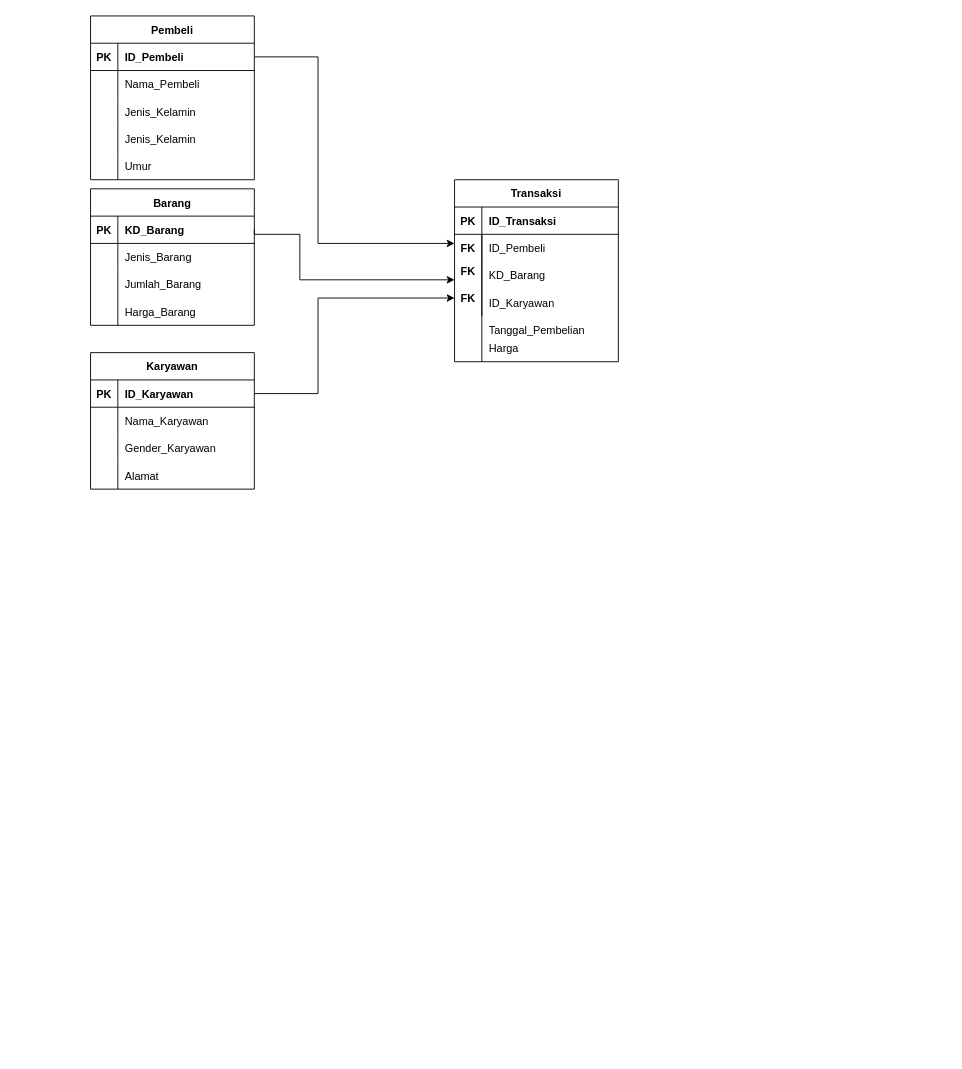
This is Database Diagram.drawio from lukmanprasetyo/Business-Model-Canvas-BMC-, a draw.io file, before an edit. Source tidied: cells renumbered, new cells numbered last; positions are measured from the earlier drawing's top-left corner, leaving out a move shared by most shapes. Both pictures are drawn from the tidied source at 91%, with x=0, y=0 at pixel (90, 15).
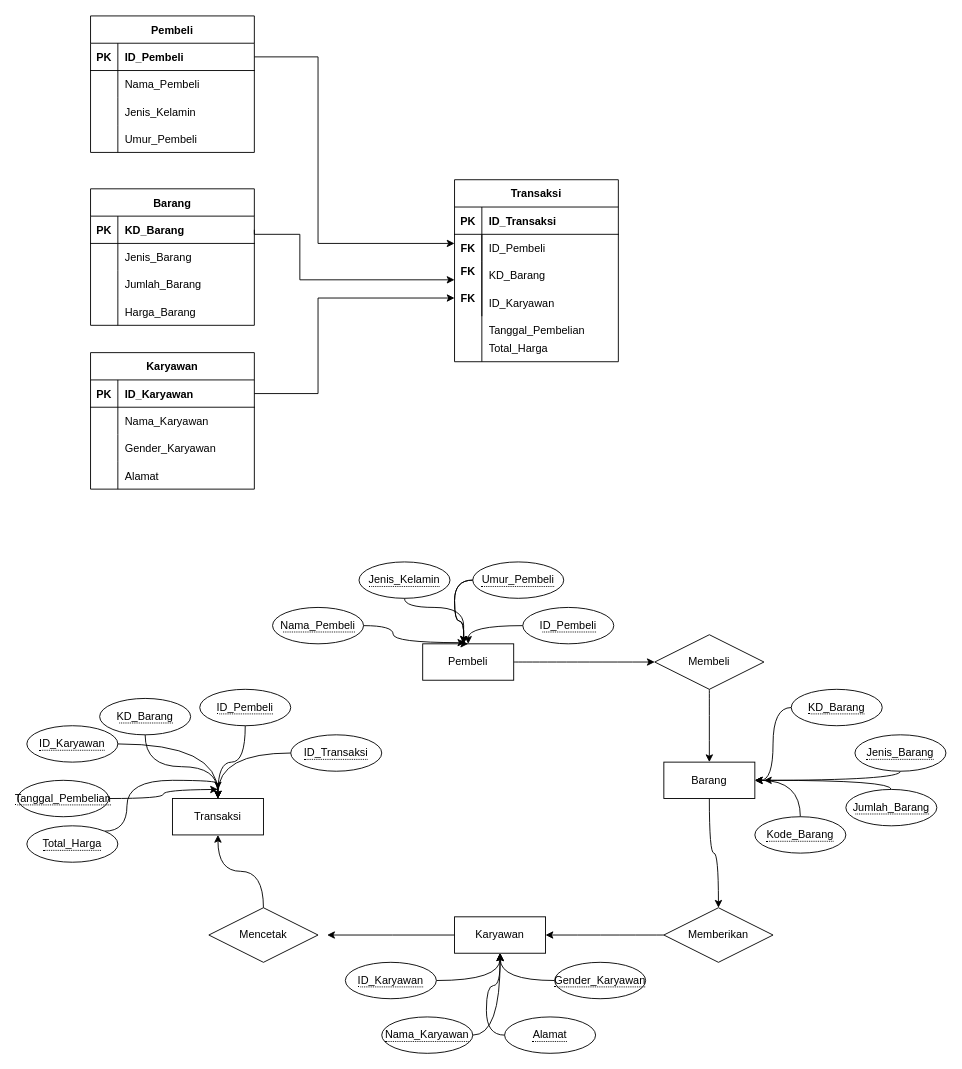
After the change.

The edit, as a diff of the source:
```diff
@@
-    <mxCell id="2" value="Pembeli" style="shape=table;startSize=30;childLayout=tableLayout;rowLines=0;fontStyle=1;align=center;" parent="1" vertex="1">
-      <mxGeometry width="180" height="180" as="geometry" />
-    </mxCell>
-    <mxCell id="3" style="shape=tableRow;horizontal=0;startSize=0;swimlaneHead=0;swimlaneBody=0;fillColor=none;points=[[0,0.5],[1,0.5]];portConstraint=eastwest;top=0;left=0;right=0;bottom=1;" parent="2" vertex="1">
-      <mxGeometry y="30" width="180" height="30" as="geometry" />
-    </mxCell>
-    <mxCell id="4" value="PK" style="shape=partialRectangle;fillColor=none;top=0;left=0;bottom=0;right=0;fontStyle=1;overflow=hidden;" parent="3" vertex="1">
-      <mxGeometry width="30" height="30" as="geometry" />
-    </mxCell>
-    <mxCell id="5" value="ID_Pembeli" style="shape=partialRectangle;fillColor=none;top=0;left=0;bottom=0;right=0;align=left;spacingLeft=6;fontStyle=1;overflow=hidden;" parent="3" vertex="1">
-      <mxGeometry x="30" width="150" height="30" as="geometry" />
-    </mxCell>
-    <mxCell id="6" style="shape=tableRow;horizontal=0;startSize=0;swimlaneHead=0;swimlaneBody=0;fillColor=none;top=0;left=0;right=0;bottom=0;" parent="2" vertex="1">
-      <mxGeometry y="60" width="180" height="30" as="geometry" />
-    </mxCell>
-    <mxCell id="7" style="shape=partialRectangle;fillColor=none;top=0;left=0;bottom=0;right=0;overflow=hidden;" parent="6" vertex="1">
-      <mxGeometry width="30" height="30" as="geometry" />
-    </mxCell>
-    <mxCell id="8" value="Nama_Pembeli" style="shape=partialRectangle;fillColor=none;top=0;left=0;bottom=0;right=0;align=left;spacingLeft=6;overflow=hidden;" parent="6" vertex="1">
-      <mxGeometry x="30" width="150" height="30" as="geometry" />
-    </mxCell>
-    <mxCell id="9" style="shape=tableRow;horizontal=0;startSize=0;swimlaneHead=0;swimlaneBody=0;fillColor=none;top=0;left=0;right=0;bottom=0;" parent="2" vertex="1">
-      <mxGeometry y="90" width="180" height="30" as="geometry" />
-    </mxCell>
-    <mxCell id="10" style="shape=partialRectangle;fillColor=none;top=0;left=0;bottom=0;right=0;overflow=hidden;" parent="9" vertex="1">
-      <mxGeometry width="30" height="30" as="geometry" />
-    </mxCell>
-    <mxCell id="11" value="Jenis_Kelamin" style="shape=partialRectangle;fillColor=none;top=0;left=0;bottom=0;right=0;align=left;spacingLeft=6;overflow=hidden;" parent="9" vertex="1">
-      <mxGeometry x="30" width="150" height="30" as="geometry" />
-    </mxCell>
-    <mxCell id="12" style="shape=tableRow;horizontal=0;startSize=0;swimlaneHead=0;swimlaneBody=0;fillColor=none;top=0;left=0;right=0;bottom=0;" parent="2" vertex="1">
-      <mxGeometry y="120" width="180" height="30" as="geometry" />
-    </mxCell>
-    <mxCell id="13" style="shape=partialRectangle;fillColor=none;top=0;left=0;bottom=0;right=0;overflow=hidden;" parent="12" vertex="1">
-      <mxGeometry width="30" height="30" as="geometry" />
-    </mxCell>
-    <mxCell id="14" value="Jenis_Kelamin" style="shape=partialRectangle;fillColor=none;top=0;left=0;bottom=0;right=0;align=left;spacingLeft=6;overflow=hidden;" parent="12" vertex="1">
-      <mxGeometry x="30" width="150" height="30" as="geometry" />
-    </mxCell>
-    <mxCell id="15" style="shape=tableRow;horizontal=0;startSize=0;swimlaneHead=0;swimlaneBody=0;fillColor=none;top=0;left=0;right=0;bottom=0;" parent="2" vertex="1">
-      <mxGeometry y="150" width="180" height="30" as="geometry" />
-    </mxCell>
-    <mxCell id="16" style="shape=partialRectangle;fillColor=none;top=0;left=0;bottom=0;right=0;overflow=hidden;" parent="15" vertex="1">
-      <mxGeometry width="30" height="30" as="geometry" />
-    </mxCell>
-    <mxCell id="17" value="Umur" style="shape=partialRectangle;fillColor=none;top=0;left=0;bottom=0;right=0;align=left;spacingLeft=6;overflow=hidden;" parent="15" vertex="1">
-      <mxGeometry x="30" width="150" height="30" as="geometry" />
-    </mxCell>
@@
-    <mxCell id="61" value="Harga" style="shape=partialRectangle;fillColor=none;top=0;left=0;bottom=0;right=0;align=left;spacingLeft=6;overflow=hidden;" parent="1" vertex="1">
+    <mxCell id="61" value="Total_Harga" style="shape=partialRectangle;fillColor=none;top=0;left=0;bottom=0;right=0;align=left;spacingLeft=6;overflow=hidden;" parent="1" vertex="1">
       <mxGeometry x="430" y="350" width="150" height="30" as="geometry" />
     </mxCell>
@@
-    <mxCell id="63" style="edgeStyle=orthogonalEdgeStyle;rounded=0;jettySize=auto;html=1;exitX=1;exitY=0.5;exitDx=0;exitDy=0;" parent="1" edge="1" source="3">
+    <mxCell id="63" style="edgeStyle=orthogonalEdgeStyle;rounded=0;orthogonalLoop=1;jettySize=auto;html=1;exitX=1;exitY=0.5;exitDx=0;exitDy=0;" parent="1" edge="1">
       <mxGeometry relative="1" as="geometry">
+        <mxPoint x="180" y="45" as="sourcePoint" />
         <mxPoint x="400" y="250" as="targetPoint" />
         <Array as="points">
           <mxPoint x="250" y="45" />
           <mxPoint x="250" y="250" />
         </Array>
       </mxGeometry>
     </mxCell>
@@
+    <mxCell id="2" value="Pembeli" style="shape=table;startSize=30;childLayout=tableLayout;rowLines=0;fontStyle=1;align=center;" parent="1" vertex="1">
+      <mxGeometry width="180" height="150" as="geometry" />
+    </mxCell>
+    <mxCell id="3" style="shape=tableRow;horizontal=0;startSize=0;swimlaneHead=0;swimlaneBody=0;fillColor=none;points=[[0,0.5],[1,0.5]];portConstraint=eastwest;top=0;left=0;right=0;bottom=1;" parent="2" vertex="1">
+      <mxGeometry y="30" width="180" height="30" as="geometry" />
+    </mxCell>
+    <mxCell id="4" value="PK" style="shape=partialRectangle;fillColor=none;top=0;left=0;bottom=0;right=0;fontStyle=1;overflow=hidden;" parent="3" vertex="1">
+      <mxGeometry width="30" height="30" as="geometry" />
+    </mxCell>
+    <mxCell id="5" value="ID_Pembeli" style="shape=partialRectangle;fillColor=none;top=0;left=0;bottom=0;right=0;align=left;spacingLeft=6;fontStyle=1;overflow=hidden;" parent="3" vertex="1">
+      <mxGeometry x="30" width="150" height="30" as="geometry" />
+    </mxCell>
+    <mxCell id="6" style="shape=tableRow;horizontal=0;startSize=0;swimlaneHead=0;swimlaneBody=0;fillColor=none;top=0;left=0;right=0;bottom=0;" parent="2" vertex="1">
+      <mxGeometry y="60" width="180" height="30" as="geometry" />
+    </mxCell>
+    <mxCell id="68" style="shape=partialRectangle;fillColor=none;top=0;left=0;bottom=0;right=0;overflow=hidden;" parent="6" vertex="1">
+      <mxGeometry width="30" height="30" as="geometry" />
+    </mxCell>
+    <mxCell id="8" value="Nama_Pembeli" style="shape=partialRectangle;fillColor=none;top=0;left=0;bottom=0;right=0;align=left;spacingLeft=6;overflow=hidden;" parent="6" vertex="1">
+      <mxGeometry x="30" width="150" height="30" as="geometry" />
+    </mxCell>
+    <mxCell id="9" style="shape=tableRow;horizontal=0;startSize=0;swimlaneHead=0;swimlaneBody=0;fillColor=none;top=0;left=0;right=0;bottom=0;" parent="2" vertex="1">
+      <mxGeometry y="90" width="180" height="30" as="geometry" />
+    </mxCell>
+    <mxCell id="69" style="shape=partialRectangle;fillColor=none;top=0;left=0;bottom=0;right=0;overflow=hidden;" parent="9" vertex="1">
+      <mxGeometry width="30" height="30" as="geometry" />
+    </mxCell>
+    <mxCell id="70" value="Jenis_Kelamin" style="shape=partialRectangle;fillColor=none;top=0;left=0;bottom=0;right=0;align=left;spacingLeft=6;overflow=hidden;" parent="9" vertex="1">
+      <mxGeometry x="30" width="150" height="30" as="geometry" />
+    </mxCell>
+    <mxCell id="12" style="shape=tableRow;horizontal=0;startSize=0;swimlaneHead=0;swimlaneBody=0;fillColor=none;top=0;left=0;right=0;bottom=0;" parent="2" vertex="1">
+      <mxGeometry y="120" width="180" height="30" as="geometry" />
+    </mxCell>
+    <mxCell id="71" style="shape=partialRectangle;fillColor=none;top=0;left=0;bottom=0;right=0;overflow=hidden;" parent="12" vertex="1">
+      <mxGeometry width="30" height="30" as="geometry" />
+    </mxCell>
+    <mxCell id="72" value="Umur_Pembeli" style="shape=partialRectangle;fillColor=none;top=0;left=0;bottom=0;right=0;align=left;spacingLeft=6;overflow=hidden;" parent="12" vertex="1">
+      <mxGeometry x="30" width="150" height="30" as="geometry" />
+    </mxCell>
+    <mxCell id="73" style="edgeStyle=orthogonalEdgeStyle;curved=1;rounded=0;jettySize=auto;html=1;entryX=0;entryY=0.5;entryDx=0;entryDy=0;" parent="1" edge="1" source="74" target="78">
+      <mxGeometry relative="1" as="geometry" />
+    </mxCell>
+    <mxCell id="74" value="Pembeli" style="whiteSpace=wrap;html=1;align=center;" parent="1" vertex="1">
+      <mxGeometry x="365" y="690" width="100" height="40" as="geometry" />
+    </mxCell>
+    <mxCell id="75" style="edgeStyle=orthogonalEdgeStyle;curved=1;rounded=0;jettySize=auto;html=1;entryX=0.5;entryY=0;entryDx=0;entryDy=0;" parent="1" edge="1" source="76" target="82">
+      <mxGeometry relative="1" as="geometry" />
+    </mxCell>
+    <mxCell id="76" value="Barang" style="whiteSpace=wrap;html=1;align=center;" parent="1" vertex="1">
+      <mxGeometry x="630" y="820" width="100" height="40" as="geometry" />
+    </mxCell>
+    <mxCell id="77" style="edgeStyle=orthogonalEdgeStyle;curved=1;rounded=0;jettySize=auto;html=1;exitX=0.5;exitY=1;exitDx=0;exitDy=0;entryX=0.5;entryY=0;entryDx=0;entryDy=0;" parent="1" edge="1" source="78" target="76">
+      <mxGeometry relative="1" as="geometry" />
+    </mxCell>
+    <mxCell id="78" value="Membeli" style="shape=rhombus;perimeter=rhombusPerimeter;whiteSpace=wrap;html=1;align=center;" parent="1" vertex="1">
+      <mxGeometry x="620" y="680" width="120" height="60" as="geometry" />
+    </mxCell>
+    <mxCell id="79" style="edgeStyle=orthogonalEdgeStyle;curved=1;rounded=0;jettySize=auto;html=1;" parent="1" edge="1" source="80">
+      <mxGeometry relative="1" as="geometry">
+        <mxPoint x="260" y="1010" as="targetPoint" />
+      </mxGeometry>
+    </mxCell>
+    <mxCell id="80" value="Karyawan" style="whiteSpace=wrap;html=1;align=center;" parent="1" vertex="1">
+      <mxGeometry x="400" y="990" width="100" height="40" as="geometry" />
+    </mxCell>
+    <mxCell id="81" style="edgeStyle=orthogonalEdgeStyle;curved=1;rounded=0;jettySize=auto;html=1;" parent="1" edge="1" source="82" target="80">
+      <mxGeometry relative="1" as="geometry" />
+    </mxCell>
+    <mxCell id="82" value="Memberikan" style="shape=rhombus;perimeter=rhombusPerimeter;whiteSpace=wrap;html=1;align=center;" parent="1" vertex="1">
+      <mxGeometry x="630" y="980" width="120" height="60" as="geometry" />
+    </mxCell>
+    <mxCell id="83" style="edgeStyle=orthogonalEdgeStyle;curved=1;rounded=0;jettySize=auto;html=1;entryX=0.5;entryY=1;entryDx=0;entryDy=0;" parent="1" edge="1" source="84" target="85">
+      <mxGeometry relative="1" as="geometry" />
+    </mxCell>
+    <mxCell id="84" value="Mencetak" style="shape=rhombus;perimeter=rhombusPerimeter;whiteSpace=wrap;html=1;align=center;" parent="1" vertex="1">
+      <mxGeometry x="130" y="980" width="120" height="60" as="geometry" />
+    </mxCell>
+    <mxCell id="85" value="Transaksi" style="whiteSpace=wrap;html=1;align=center;" parent="1" vertex="1">
+      <mxGeometry x="90" y="860" width="100" height="40" as="geometry" />
+    </mxCell>
+    <mxCell id="86" style="edgeStyle=orthogonalEdgeStyle;rounded=0;jettySize=auto;html=1;curved=1;entryX=0.468;entryY=-0.032;entryDx=0;entryDy=0;entryPerimeter=0;" parent="1" edge="1" source="87" target="74">
+      <mxGeometry relative="1" as="geometry" />
+    </mxCell>
+    <mxCell id="87" value="&lt;span style=&quot;border-bottom: 1px dotted&quot;&gt;Nama_Pembeli&lt;/span&gt;" style="ellipse;whiteSpace=wrap;html=1;align=center;" parent="1" vertex="1">
+      <mxGeometry x="200" y="650" width="100" height="40" as="geometry" />
+    </mxCell>
+    <mxCell id="88" style="edgeStyle=orthogonalEdgeStyle;curved=1;rounded=0;jettySize=auto;html=1;entryX=0.5;entryY=0;entryDx=0;entryDy=0;" parent="1" edge="1" source="89" target="74">
+      <mxGeometry relative="1" as="geometry">
+        <Array as="points">
+          <mxPoint x="345" y="650" />
+          <mxPoint x="410" y="650" />
+          <mxPoint x="410" y="690" />
+        </Array>
+      </mxGeometry>
+    </mxCell>
+    <mxCell id="89" value="&lt;span style=&quot;border-bottom: 1px dotted&quot;&gt;Jenis_Kelamin&lt;/span&gt;" style="ellipse;whiteSpace=wrap;html=1;align=center;" parent="1" vertex="1">
+      <mxGeometry x="295" y="600" width="100" height="40" as="geometry" />
+    </mxCell>
+    <mxCell id="90" style="edgeStyle=orthogonalEdgeStyle;curved=1;rounded=0;jettySize=auto;html=1;" parent="1" edge="1" source="91">
+      <mxGeometry relative="1" as="geometry">
+        <mxPoint x="410" y="690" as="targetPoint" />
+      </mxGeometry>
+    </mxCell>
+    <mxCell id="91" value="&lt;span style=&quot;border-bottom: 1px dotted&quot;&gt;Umur_Pembeli&lt;/span&gt;" style="ellipse;whiteSpace=wrap;html=1;align=center;" parent="1" vertex="1">
+      <mxGeometry x="420" y="600" width="100" height="40" as="geometry" />
+    </mxCell>
+    <mxCell id="92" style="edgeStyle=orthogonalEdgeStyle;curved=1;rounded=0;jettySize=auto;html=1;entryX=0.5;entryY=0;entryDx=0;entryDy=0;" parent="1" edge="1" source="93" target="74">
+      <mxGeometry relative="1" as="geometry" />
+    </mxCell>
+    <mxCell id="93" value="&lt;span style=&quot;border-bottom: 1px dotted&quot;&gt;ID_Pembeli&lt;/span&gt;" style="ellipse;whiteSpace=wrap;html=1;align=center;" parent="1" vertex="1">
+      <mxGeometry x="475" y="650" width="100" height="40" as="geometry" />
+    </mxCell>
+    <mxCell id="94" style="edgeStyle=orthogonalEdgeStyle;curved=1;rounded=0;jettySize=auto;html=1;" parent="1" edge="1" source="91">
+      <mxGeometry relative="1" as="geometry">
+        <mxPoint x="410" y="690" as="targetPoint" />
+      </mxGeometry>
+    </mxCell>
+    <mxCell id="95" style="edgeStyle=orthogonalEdgeStyle;curved=1;rounded=0;jettySize=auto;html=1;entryX=1;entryY=0.5;entryDx=0;entryDy=0;" parent="1" edge="1" source="96" target="76">
+      <mxGeometry relative="1" as="geometry" />
+    </mxCell>
+    <mxCell id="96" value="&lt;span style=&quot;border-bottom: 1px dotted&quot;&gt;KD_Barang&lt;/span&gt;" style="ellipse;whiteSpace=wrap;html=1;align=center;" parent="1" vertex="1">
+      <mxGeometry x="770" y="740" width="100" height="40" as="geometry" />
+    </mxCell>
+    <mxCell id="97" style="edgeStyle=orthogonalEdgeStyle;curved=1;rounded=0;jettySize=auto;html=1;" parent="1" edge="1" source="98">
+      <mxGeometry relative="1" as="geometry">
+        <mxPoint x="730" y="840" as="targetPoint" />
+        <Array as="points">
+          <mxPoint x="890" y="840" />
+        </Array>
+      </mxGeometry>
+    </mxCell>
+    <mxCell id="98" value="&lt;span style=&quot;border-bottom: 1px dotted&quot;&gt;Jenis_Barang&lt;/span&gt;" style="ellipse;whiteSpace=wrap;html=1;align=center;" parent="1" vertex="1">
+      <mxGeometry x="840" y="790" width="100" height="40" as="geometry" />
+    </mxCell>
+    <mxCell id="99" style="edgeStyle=orthogonalEdgeStyle;curved=1;rounded=0;jettySize=auto;html=1;" parent="1" edge="1" source="100">
+      <mxGeometry relative="1" as="geometry">
+        <mxPoint x="740" y="840" as="targetPoint" />
+        <Array as="points">
+          <mxPoint x="880" y="840" />
+        </Array>
+      </mxGeometry>
+    </mxCell>
+    <mxCell id="100" value="&lt;span style=&quot;border-bottom: 1px dotted&quot;&gt;Jumlah_Barang&lt;/span&gt;" style="ellipse;whiteSpace=wrap;html=1;align=center;" parent="1" vertex="1">
+      <mxGeometry x="830" y="850" width="100" height="40" as="geometry" />
+    </mxCell>
+    <mxCell id="101" style="edgeStyle=orthogonalEdgeStyle;curved=1;rounded=0;jettySize=auto;html=1;" parent="1" edge="1" source="102">
+      <mxGeometry relative="1" as="geometry">
+        <mxPoint x="730" y="840" as="targetPoint" />
+        <Array as="points">
+          <mxPoint x="780" y="840" />
+        </Array>
+      </mxGeometry>
+    </mxCell>
+    <mxCell id="102" value="&lt;span style=&quot;border-bottom: 1px dotted&quot;&gt;Kode_Barang&lt;/span&gt;" style="ellipse;whiteSpace=wrap;html=1;align=center;" parent="1" vertex="1">
+      <mxGeometry x="730" y="880" width="100" height="40" as="geometry" />
+    </mxCell>
+    <mxCell id="103" style="edgeStyle=orthogonalEdgeStyle;curved=1;rounded=0;jettySize=auto;html=1;" parent="1" edge="1" source="104">
+      <mxGeometry relative="1" as="geometry">
+        <mxPoint x="450" y="1030" as="targetPoint" />
+      </mxGeometry>
+    </mxCell>
+    <mxCell id="104" value="&lt;span style=&quot;border-bottom: 1px dotted&quot;&gt;Gender_Karyawan&lt;/span&gt;" style="ellipse;whiteSpace=wrap;html=1;align=center;" parent="1" vertex="1">
+      <mxGeometry x="510" y="1040" width="100" height="40" as="geometry" />
+    </mxCell>
+    <mxCell id="105" style="edgeStyle=orthogonalEdgeStyle;curved=1;rounded=0;jettySize=auto;html=1;" parent="1" edge="1" source="106">
+      <mxGeometry relative="1" as="geometry">
+        <mxPoint x="450" y="1030" as="targetPoint" />
+      </mxGeometry>
+    </mxCell>
+    <mxCell id="106" value="&lt;span style=&quot;border-bottom: 1px dotted&quot;&gt;Nama_Karyawan&lt;/span&gt;" style="ellipse;whiteSpace=wrap;html=1;align=center;" parent="1" vertex="1">
+      <mxGeometry x="320" y="1100" width="100" height="40" as="geometry" />
+    </mxCell>
+    <mxCell id="107" style="edgeStyle=orthogonalEdgeStyle;curved=1;rounded=0;jettySize=auto;html=1;" parent="1" edge="1" source="108">
+      <mxGeometry relative="1" as="geometry">
+        <mxPoint x="450" y="1030" as="targetPoint" />
+      </mxGeometry>
+    </mxCell>
+    <mxCell id="108" value="&lt;span style=&quot;border-bottom: 1px dotted&quot;&gt;Alamat&lt;/span&gt;" style="ellipse;whiteSpace=wrap;html=1;align=center;" parent="1" vertex="1">
+      <mxGeometry x="455" y="1100" width="100" height="40" as="geometry" />
+    </mxCell>
+    <mxCell id="109" style="edgeStyle=orthogonalEdgeStyle;curved=1;rounded=0;jettySize=auto;html=1;entryX=0.5;entryY=1;entryDx=0;entryDy=0;" parent="1" edge="1" source="110" target="80">
+      <mxGeometry relative="1" as="geometry" />
+    </mxCell>
+    <mxCell id="110" value="&lt;span style=&quot;border-bottom: 1px dotted&quot;&gt;ID_Karyawan&lt;/span&gt;" style="ellipse;whiteSpace=wrap;html=1;align=center;" parent="1" vertex="1">
+      <mxGeometry x="280" y="1040" width="100" height="40" as="geometry" />
+    </mxCell>
+    <mxCell id="111" style="edgeStyle=orthogonalEdgeStyle;curved=1;rounded=0;jettySize=auto;html=1;entryX=0.5;entryY=0;entryDx=0;entryDy=0;" parent="1" edge="1" source="112" target="85">
+      <mxGeometry relative="1" as="geometry" />
+    </mxCell>
+    <mxCell id="112" value="&lt;span style=&quot;border-bottom: 1px dotted&quot;&gt;ID_Pembeli&lt;/span&gt;" style="ellipse;whiteSpace=wrap;html=1;align=center;" parent="1" vertex="1">
+      <mxGeometry x="120" y="740" width="100" height="40" as="geometry" />
+    </mxCell>
+    <mxCell id="113" style="edgeStyle=orthogonalEdgeStyle;curved=1;rounded=0;jettySize=auto;html=1;entryX=0.5;entryY=0;entryDx=0;entryDy=0;" parent="1" edge="1" source="114" target="85">
+      <mxGeometry relative="1" as="geometry" />
+    </mxCell>
+    <mxCell id="114" value="&lt;span style=&quot;border-bottom: 1px dotted&quot;&gt;KD_Barang&lt;/span&gt;" style="ellipse;whiteSpace=wrap;html=1;align=center;" parent="1" vertex="1">
+      <mxGeometry x="10" y="750" width="100" height="40" as="geometry" />
+    </mxCell>
+    <mxCell id="115" style="edgeStyle=orthogonalEdgeStyle;curved=1;rounded=0;jettySize=auto;html=1;" parent="1" edge="1" source="116">
+      <mxGeometry relative="1" as="geometry">
+        <mxPoint x="140" y="860" as="targetPoint" />
+      </mxGeometry>
+    </mxCell>
+    <mxCell id="116" value="&lt;span style=&quot;border-bottom: 1px dotted&quot;&gt;ID_Transaksi&lt;/span&gt;" style="ellipse;whiteSpace=wrap;html=1;align=center;" parent="1" vertex="1">
+      <mxGeometry x="220" y="790" width="100" height="40" as="geometry" />
+    </mxCell>
+    <mxCell id="117" style="edgeStyle=orthogonalEdgeStyle;curved=1;rounded=0;jettySize=auto;html=1;entryX=0.5;entryY=0;entryDx=0;entryDy=0;" parent="1" edge="1" source="118" target="85">
+      <mxGeometry relative="1" as="geometry" />
+    </mxCell>
+    <mxCell id="118" value="&lt;span style=&quot;border-bottom: 1px dotted&quot;&gt;ID_Karyawan&lt;/span&gt;" style="ellipse;whiteSpace=wrap;html=1;align=center;" parent="1" vertex="1">
+      <mxGeometry x="-70" y="780" width="100" height="40" as="geometry" />
+    </mxCell>
+    <mxCell id="119" style="edgeStyle=orthogonalEdgeStyle;curved=1;rounded=0;jettySize=auto;html=1;" parent="1" edge="1" source="120">
+      <mxGeometry relative="1" as="geometry">
+        <mxPoint x="140" y="850" as="targetPoint" />
+      </mxGeometry>
+    </mxCell>
+    <mxCell id="120" value="&lt;span style=&quot;border-bottom: 1px dotted&quot;&gt;Tanggal_Pembelian&lt;/span&gt;" style="ellipse;whiteSpace=wrap;html=1;align=center;" parent="1" vertex="1">
+      <mxGeometry x="-80" y="840" width="100" height="40" as="geometry" />
+    </mxCell>
+    <mxCell id="121" style="edgeStyle=orthogonalEdgeStyle;curved=1;rounded=0;jettySize=auto;html=1;exitX=1;exitY=0;exitDx=0;exitDy=0;" parent="1" edge="1" source="122">
+      <mxGeometry relative="1" as="geometry">
+        <mxPoint x="140" y="850" as="targetPoint" />
+        <Array as="points">
+          <mxPoint x="40" y="896" />
+          <mxPoint x="40" y="840" />
+          <mxPoint x="140" y="840" />
+        </Array>
+      </mxGeometry>
+    </mxCell>
+    <mxCell id="122" value="&lt;span style=&quot;border-bottom: 1px dotted&quot;&gt;Total_Harga&lt;/span&gt;" style="ellipse;whiteSpace=wrap;html=1;align=center;" parent="1" vertex="1">
+      <mxGeometry x="-70" y="890" width="100" height="40" as="geometry" />
+    </mxCell>
```
